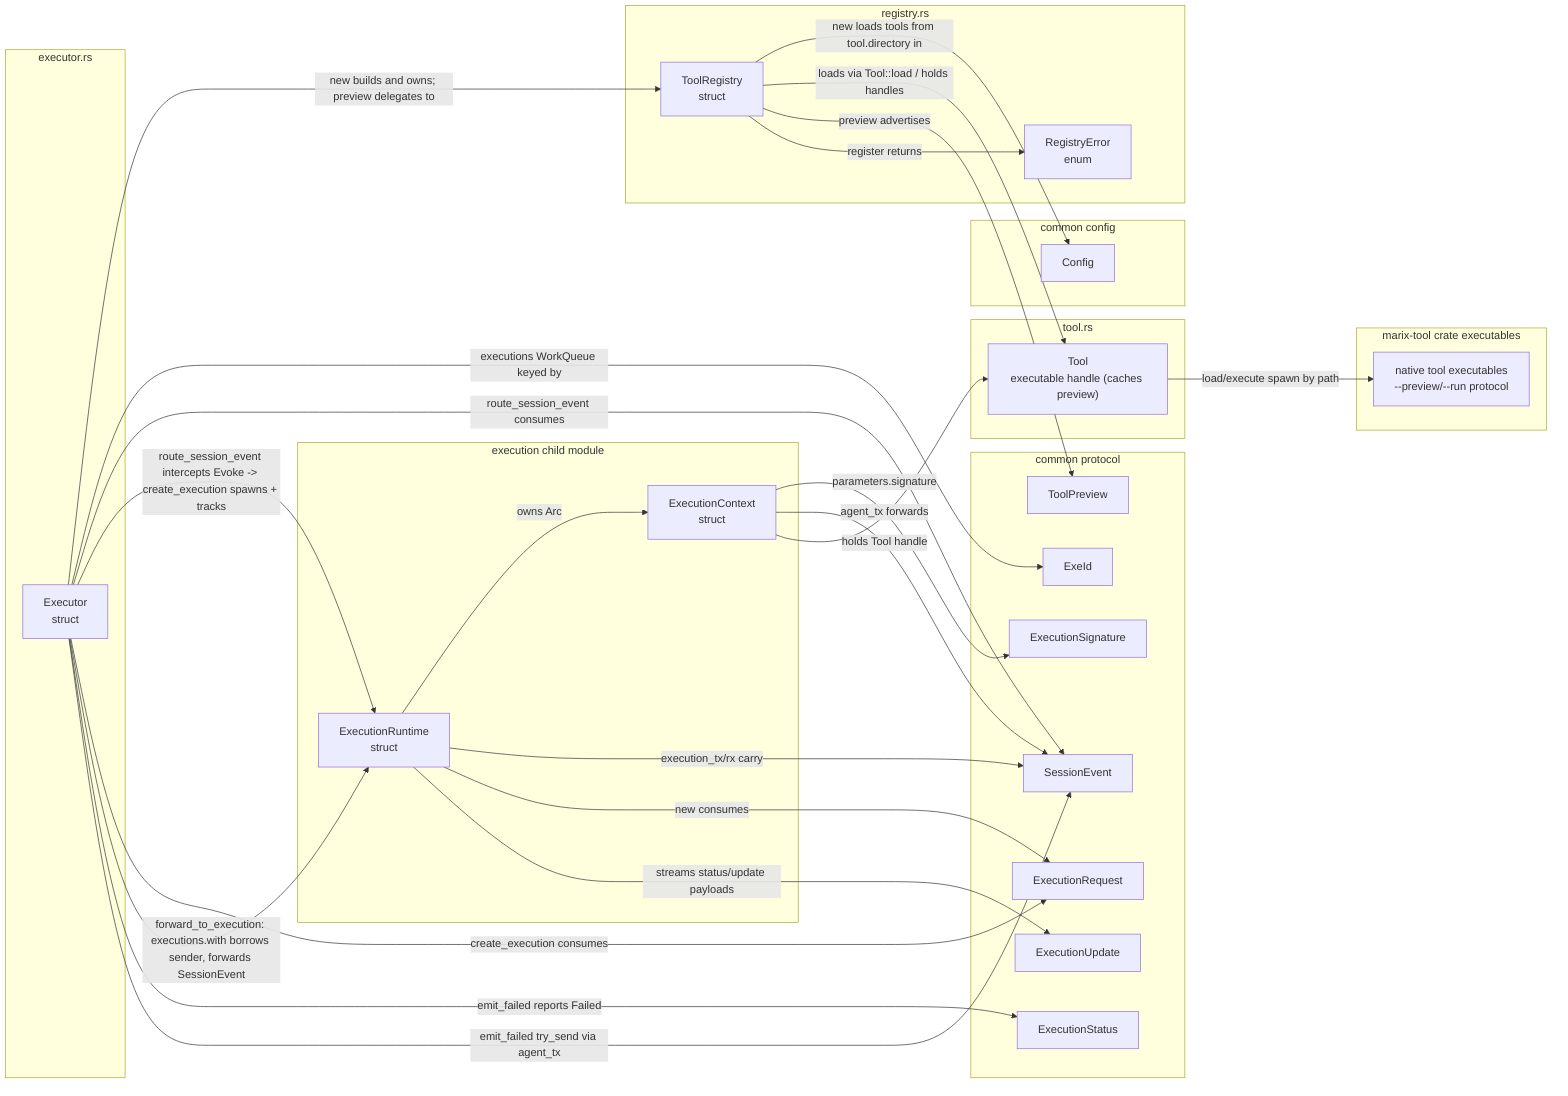
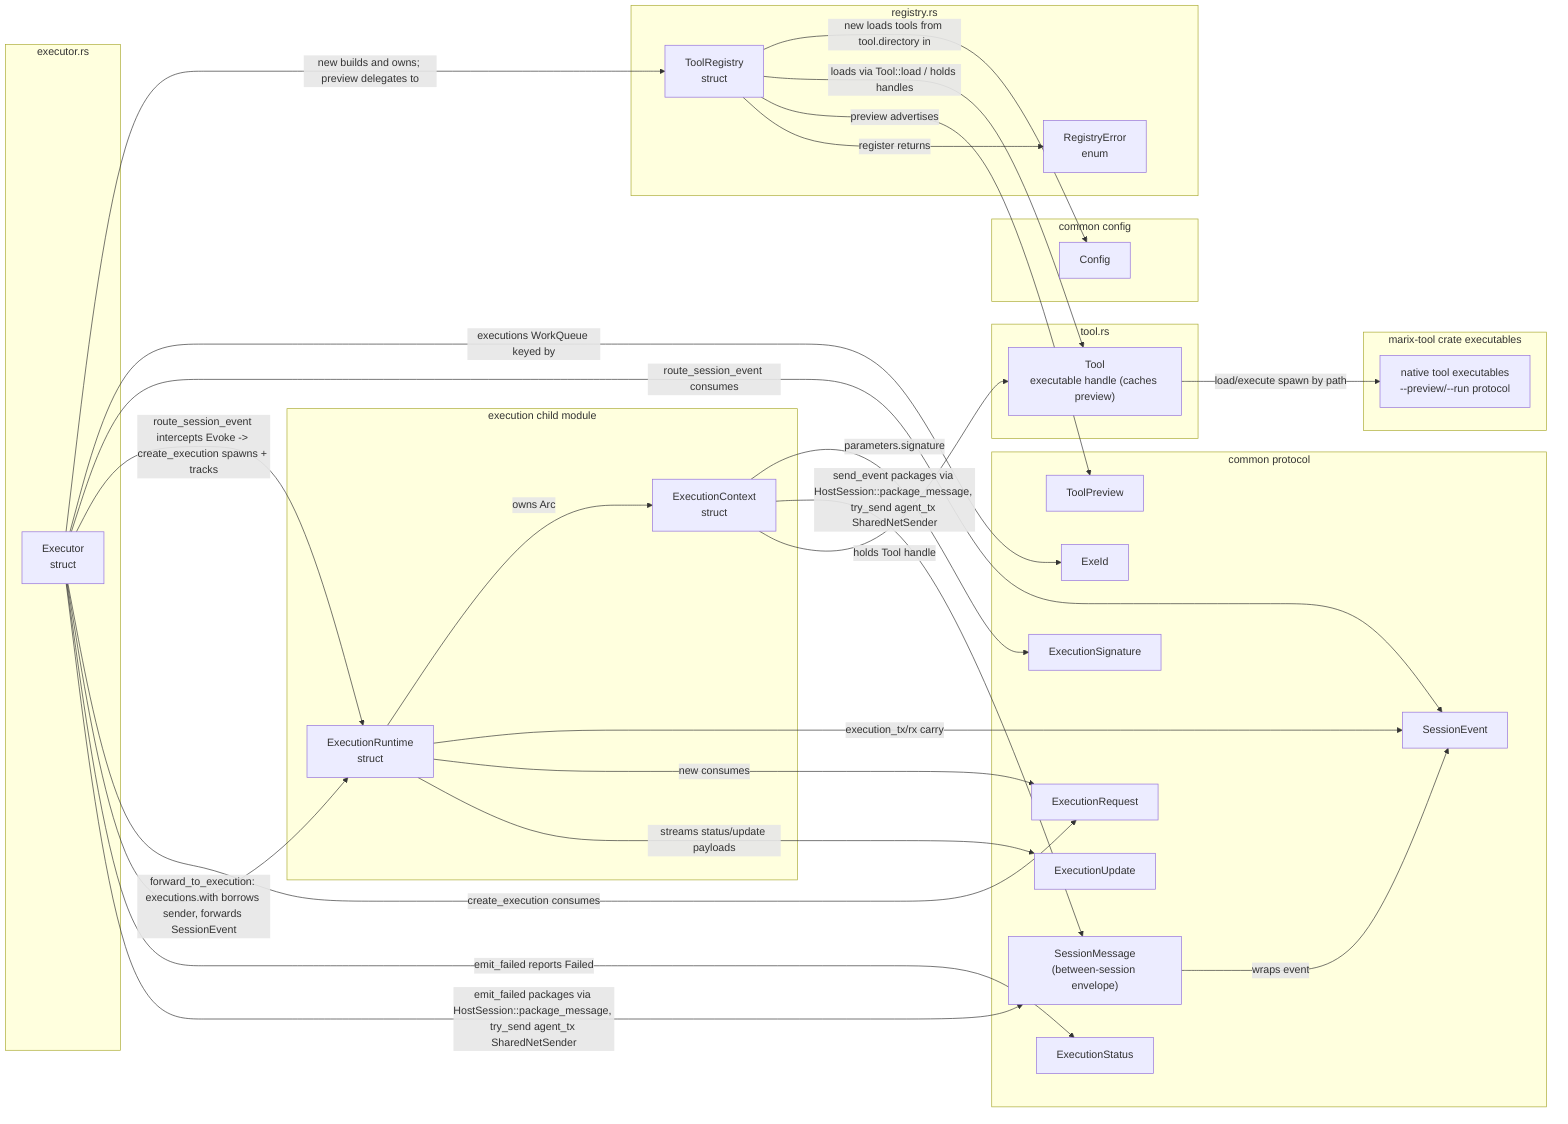
flowchart LR
-   %% Executor::new(agent_tx) stores the shared agent SessionEvent sender and builds a ToolRegistry + empty WorkQueue. Executor is now a single router: route_session_event destructures SessionEvent::Execution, intercepts Evoke into create_execution (which resolves a tool via the registry, then spawns and tracks an ExecutionRuntime, reporting unknown tools back to the agent as Failed via emit_failed) and passes every other execution event to forward_to_execution, which uses executions.with to borrow the target ExecutionRuntime's Sender and forwards the SessionEvent into its event loop. preview delegates to the now-implemented ToolRegistry (registry.rs), which reads the global Config and loads Tool handles from the configured tool directory.
+   %% Executor::new(agent_tx) stores the shared agent SessionMessage sender and builds a ToolRegistry + empty WorkQueue. Executor is now a single router: route_session_event destructures SessionEvent::Execution, intercepts Evoke into create_execution (which resolves a tool via the registry, then spawns and tracks an ExecutionRuntime, reporting unknown tools back to the agent as Failed via emit_failed, which packages the event into a SessionMessage via HostSession::package_message before try_send) and passes every other execution event to forward_to_execution, which uses executions.with to borrow the target ExecutionRuntime's Sender and forwards the SessionEvent into its event loop (the local per-execution control channel stays SessionEvent). preview delegates to the now-implemented ToolRegistry (registry.rs), which reads the global Config and loads Tool handles from the configured tool directory.
  subgraph executor_rs[executor.rs]
    Executor["Executor\nstruct"]
  end

  subgraph registry_rs[registry.rs]
    ToolRegistry["ToolRegistry\nstruct"]
    RegistryError["RegistryError\nenum"]
  end

  subgraph execution_mod[execution child module]
    ExecutionRuntime["ExecutionRuntime\nstruct"]
    ExecutionContext["ExecutionContext\nstruct"]
  end

  subgraph common_config[common config]
    Config["Config"]
  end

  subgraph common_protocol[common protocol]
    ExeId["ExeId"]
    ExecutionSignature["ExecutionSignature"]
    ExecutionRequest["ExecutionRequest"]
    ExecutionStatus["ExecutionStatus"]
    ExecutionUpdate["ExecutionUpdate"]
+     SessionMessage["SessionMessage\n(between-session envelope)"]
    SessionEvent["SessionEvent"]
    ToolPreview["ToolPreview"]
  end

  subgraph tool_rs[tool.rs]
    Tool["Tool\nexecutable handle (caches preview)"]
  end

  subgraph marix_tool_crate[marix-tool crate executables]
    ToolExe["native tool executables\n--preview/--run protocol"]
  end

  Executor -->|"new builds and owns; preview delegates to"| ToolRegistry
  Executor -->|"executions WorkQueue keyed by"| ExeId
  Executor -->|"route_session_event consumes"| SessionEvent
+   SessionMessage -->|"wraps event"| SessionEvent
  Executor -->|"route_session_event intercepts Evoke -> create_execution spawns + tracks"| ExecutionRuntime
  Executor -->|"create_execution consumes"| ExecutionRequest
  Executor -->|"forward_to_execution: executions.with borrows sender, forwards SessionEvent"| ExecutionRuntime
  Executor -->|"emit_failed reports Failed"| ExecutionStatus
-   Executor -->|"emit_failed try_send via agent_tx"| SessionEvent
+   Executor -->|"emit_failed packages via HostSession::package_message, try_send agent_tx SharedNetSender<SessionMessage>"| SessionMessage
  ExecutionRuntime -->|"owns Arc"| ExecutionContext
  ExecutionContext -->|"parameters.signature"| ExecutionSignature
-   ExecutionContext -->|"agent_tx forwards"| SessionEvent
+   ExecutionContext -->|"send_event packages via HostSession::package_message, try_send agent_tx SharedNetSender<SessionMessage>"| SessionMessage
  ExecutionContext -->|"holds Tool handle"| Tool
  ExecutionRuntime -->|"execution_tx/rx carry"| SessionEvent
  ExecutionRuntime -->|"new consumes"| ExecutionRequest
  ExecutionRuntime -->|"streams status/update payloads"| ExecutionUpdate
  ToolRegistry -->|"new loads tools from tool.directory in"| Config
  ToolRegistry -->|"loads via Tool::load / holds handles"| Tool
  ToolRegistry -->|"preview advertises"| ToolPreview
  ToolRegistry -->|"register returns"| RegistryError
  Tool -->|"load/execute spawn by path"| ToolExe
